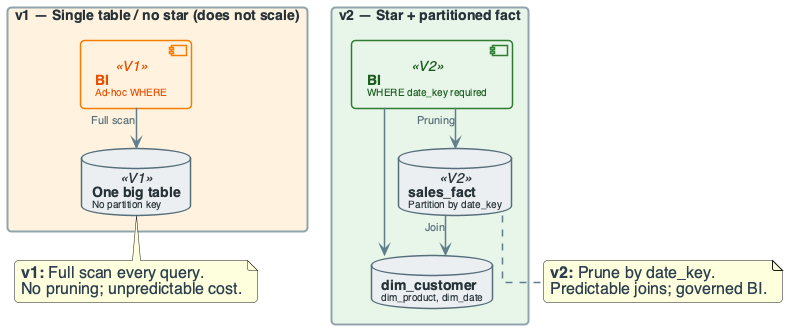
The PlantUML diagram diagrams/week05/week5_lecture_evolution_v1_v2.png in OrPerets/data-engineering-course, before a commit.
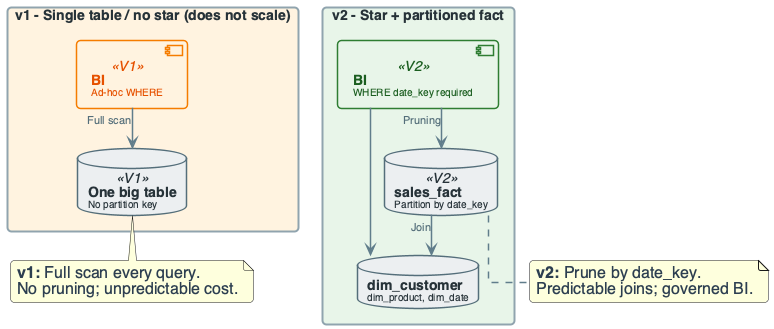
The same diagram one commit later.

The edit, as a diff of the source:
```diff
@@ -8,7 +8,7 @@
 skinparam nodesep 30
 skinparam ranksep 40
 
-skinparam defaultFontName "Segoe UI", "Helvetica", sans-serif
+skinparam defaultFontName "Segoe UI, Helvetica, sans-serif"
 skinparam defaultFontSize 16
 skinparam defaultFontColor #2C3E50
 
@@ -21,6 +21,7 @@
     FontStyle bold
     Padding 20
 }
+
 skinparam component {
     BackgroundColor #FFFFFF
     BorderColor #78909C
@@ -28,6 +29,7 @@
     FontSize 14
     Padding 12
 }
+
 skinparam database {
     BackgroundColor #ECEFF1
     BorderColor #546E7A
@@ -35,6 +37,7 @@
     FontSize 14
     FontColor #263238
 }
+
 skinparam arrow {
     Color #607D8B
     Thickness 1.5
@@ -42,25 +45,86 @@
     FontColor #546E7A
 }
 
+skinparam component<<UI>> {
+    BorderColor #8E24AA
+    BackgroundColor #F3E5F5
+    FontColor #4A148C
+}
+
+skinparam component<<Agent>> {
+    BorderColor #0288D1
+    BackgroundColor #E1F5FE
+    FontColor #01579B
+}
+
+skinparam component<<Tool>> {
+    BorderColor #2E7D32
+    BackgroundColor #E8F5E9
+    FontColor #1B5E20
+}
+
+skinparam component<<Config>> {
+    BorderColor #F57C00
+    BackgroundColor #FFF3E0
+    FontColor #E65100
+}
+
+skinparam component<<Bad>> {
+    BorderColor #C62828
+    BackgroundColor #FFEBEE
+    FontColor #B71C1C
+}
+
 skinparam component<<V1>> {
     BorderColor #F57C00
     BackgroundColor #FFF3E0
     FontColor #E65100
 }
+
 skinparam component<<V2>> {
     BorderColor #2E7D32
     BackgroundColor #E8F5E9
     FontColor #1B5E20
 }
 
+skinparam component<<up>> {
+    BackgroundColor #E8F5E9
+    BorderColor #2E7D32
+}
 
-rectangle "v1 — Single table / no star (does not scale)" #FFF3E0 {
+skinparam component<<down>> {
+    BackgroundColor #FFEBEE
+    BorderColor #C62828
+}
+
+skinparam database<<up>> {
+    BackgroundColor #E8F5E9
+    BorderColor #2E7D32
+}
+
+skinparam database<<down>> {
+    BackgroundColor #FFEBEE
+    BorderColor #C62828
+}
+
+skinparam component<<success>> {
+    BackgroundColor #E8F5E9
+    BorderColor #2E7D32
+}
+
+skinparam component<<failure>> {
+    BackgroundColor #FFEBEE
+    BorderColor #C62828
+}
+
+
+rectangle "v1 - Single table / no star (does not scale)" #FFF3E0 {
     database "**One big table**\n<size:10>No partition key</size>" as T1 <<V1>>
     component "**BI**\n<size:10>Ad-hoc WHERE</size>" as BI1 <<V1>>
 }
 BI1 --> T1 : "Full scan"
 
-rectangle "v2 — Star + partitioned fact" #E8F5E9 {
+rectangle "v2 - Star + partitioned fact" #E8F5E9 {
     database "**sales_fact**\n<size:10>Partition by date_key</size>" as F2 <<V2>>
     database "**dim_customer**\n<size:10>dim_product, dim_date</size>" as D2
     component "**BI**\n<size:10>WHERE date_key required</size>" as BI2 <<V2>>
```
